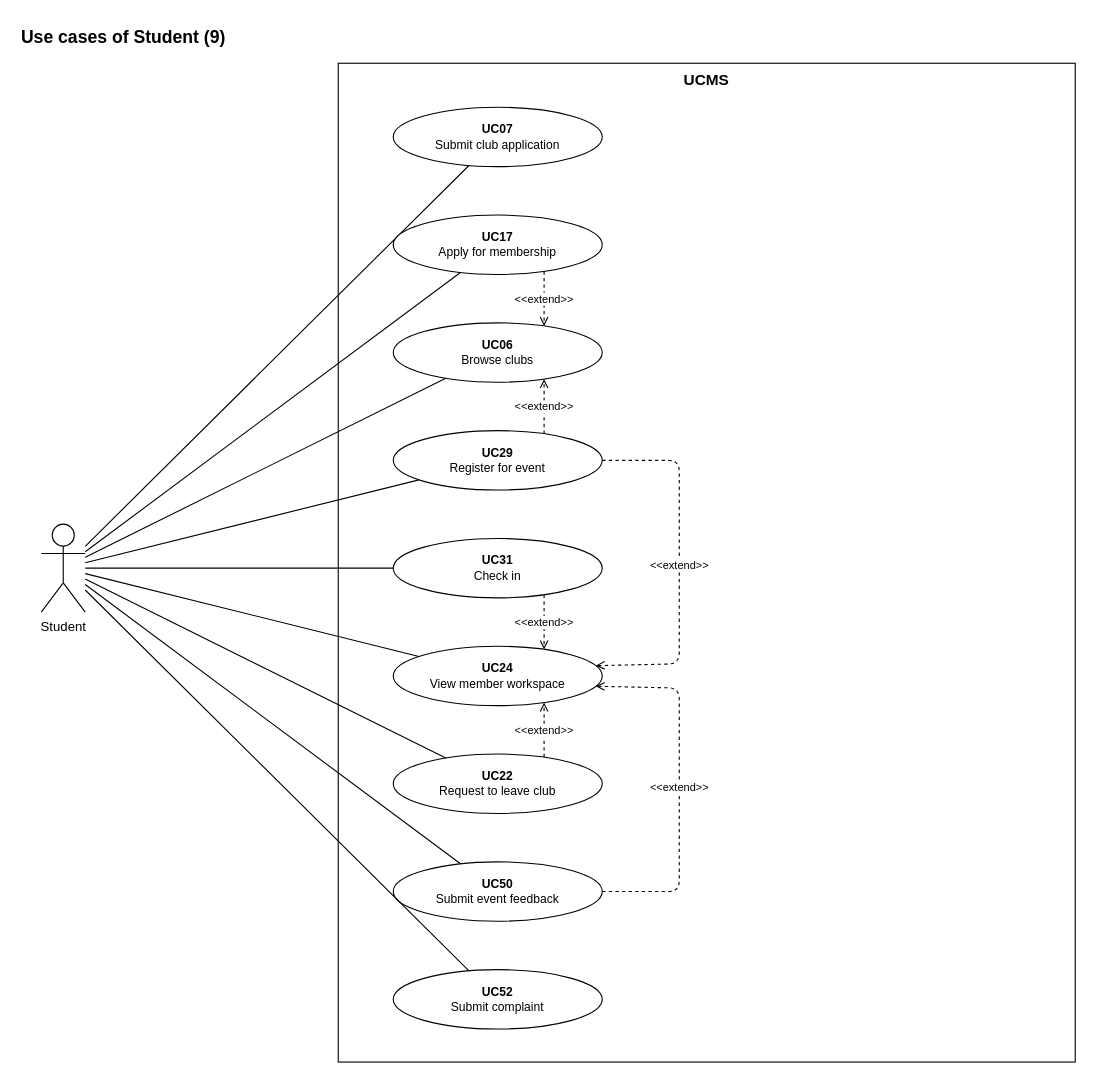
Earlier version of the draw.io diagram page "Student" (2 of 9) of docs/diagrams/UCMS_UseCase_ByActor.drawio (nvdekay/ClubManagementSystem). Source tidied: cells renumbered, new cells numbered last; positions are measured from the earlier drawing's top-left corner, leaving out a move shared by most shapes. Both pictures are drawn from the tidied source at 110%, with x=0, y=0 at pixel (19, 19).
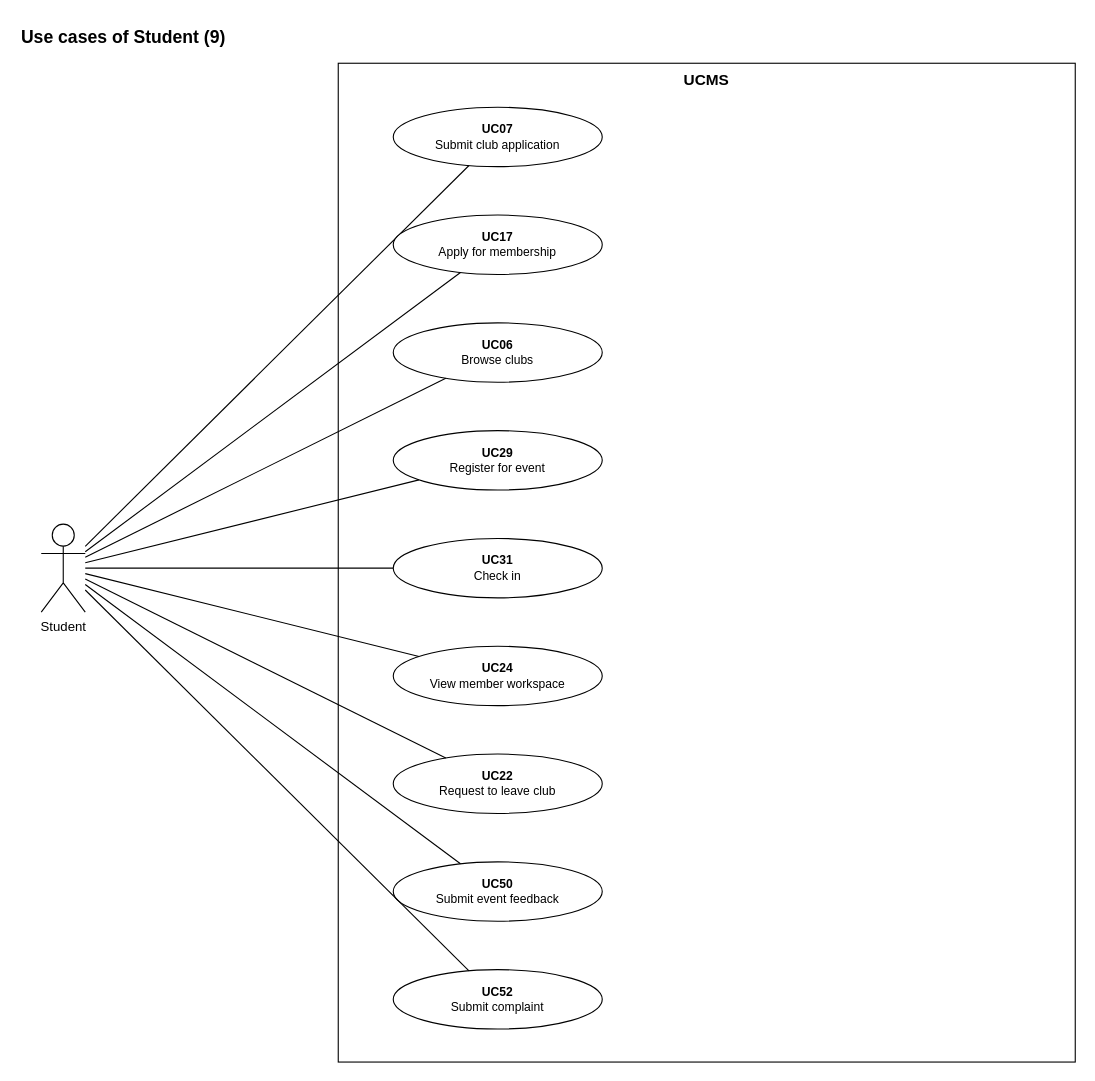
After the change.

Commit message (it also covers changes not shown here):
docs(diagrams): drop «extend» used for UI navigation and system cascades (I27, I28)

Unchanged cells that the change refers to:
```xml
<mxCell id="7" value="&lt;b&gt;UC17&lt;/b&gt;&lt;br&gt;Apply for membership" style="ellipse;whiteSpace=wrap;html=1;fillColor=#ffffff;strokeColor=#000000;fontSize=11;" parent="1" vertex="1">
  <mxGeometry x="340" y="178" width="190" height="54" as="geometry" />
</mxCell>
<mxCell id="9" value="&lt;b&gt;UC06&lt;/b&gt;&lt;br&gt;Browse clubs" style="ellipse;whiteSpace=wrap;html=1;fillColor=#ffffff;strokeColor=#000000;fontSize=11;" parent="1" vertex="1">
  <mxGeometry x="340" y="276" width="190" height="54" as="geometry" />
</mxCell>
<mxCell id="11" value="&lt;b&gt;UC29&lt;/b&gt;&lt;br&gt;Register for event" style="ellipse;whiteSpace=wrap;html=1;fillColor=#ffffff;strokeColor=#000000;fontSize=11;" parent="1" vertex="1">
  <mxGeometry x="340" y="374" width="190" height="54" as="geometry" />
</mxCell>
<mxCell id="13" value="&lt;b&gt;UC31&lt;/b&gt;&lt;br&gt;Check in" style="ellipse;whiteSpace=wrap;html=1;fillColor=#ffffff;strokeColor=#000000;fontSize=11;" parent="1" vertex="1">
  <mxGeometry x="340" y="472" width="190" height="54" as="geometry" />
</mxCell>
<mxCell id="15" value="&lt;b&gt;UC24&lt;/b&gt;&lt;br&gt;View member workspace" style="ellipse;whiteSpace=wrap;html=1;fillColor=#ffffff;strokeColor=#000000;fontSize=11;" parent="1" vertex="1">
  <mxGeometry x="340" y="570" width="190" height="54" as="geometry" />
</mxCell>
<mxCell id="17" value="&lt;b&gt;UC22&lt;/b&gt;&lt;br&gt;Request to leave club" style="ellipse;whiteSpace=wrap;html=1;fillColor=#ffffff;strokeColor=#000000;fontSize=11;" parent="1" vertex="1">
  <mxGeometry x="340" y="668" width="190" height="54" as="geometry" />
</mxCell>
<mxCell id="19" value="&lt;b&gt;UC50&lt;/b&gt;&lt;br&gt;Submit event feedback" style="ellipse;whiteSpace=wrap;html=1;fillColor=#ffffff;strokeColor=#000000;fontSize=11;" parent="1" vertex="1">
  <mxGeometry x="340" y="766" width="190" height="54" as="geometry" />
</mxCell>
```

What changed in the source:
```diff
@@
-    <mxCell id="23" value="&amp;lt;&amp;lt;extend&amp;gt;&amp;gt;" style="endArrow=open;dashed=1;html=1;strokeColor=#000000;fontSize=10;labelBackgroundColor=#ffffff;exitX=0.75;exitY=1;entryX=0.75;entryY=0;" parent="1" edge="1" source="7" target="9">
-      <mxGeometry relative="1" as="geometry" />
-    </mxCell>
-    <mxCell id="24" value="&amp;lt;&amp;lt;extend&amp;gt;&amp;gt;" style="endArrow=open;dashed=1;html=1;strokeColor=#000000;fontSize=10;labelBackgroundColor=#ffffff;exitX=0.75;exitY=0;entryX=0.75;entryY=1;" parent="1" edge="1" source="11" target="9">
-      <mxGeometry relative="1" as="geometry" />
-    </mxCell>
-    <mxCell id="25" value="&amp;lt;&amp;lt;extend&amp;gt;&amp;gt;" style="endArrow=open;dashed=1;html=1;strokeColor=#000000;fontSize=10;labelBackgroundColor=#ffffff;exitX=0.75;exitY=0;entryX=0.75;entryY=1;" parent="1" edge="1" source="17" target="15">
-      <mxGeometry relative="1" as="geometry" />
-    </mxCell>
-    <mxCell id="26" value="&amp;lt;&amp;lt;extend&amp;gt;&amp;gt;" style="endArrow=open;dashed=1;html=1;strokeColor=#000000;fontSize=10;labelBackgroundColor=#ffffff;exitX=1;exitY=0.5;entryX=1;entryY=0.3;" parent="1" edge="1" source="11" target="15">
-      <mxGeometry relative="1" as="geometry">
-        <Array as="points">
-          <mxPoint x="600" y="401" />
-          <mxPoint x="600" y="586" />
-        </Array>
-      </mxGeometry>
-    </mxCell>
-    <mxCell id="27" value="&amp;lt;&amp;lt;extend&amp;gt;&amp;gt;" style="endArrow=open;dashed=1;html=1;strokeColor=#000000;fontSize=10;labelBackgroundColor=#ffffff;exitX=0.75;exitY=1;entryX=0.75;entryY=0;" parent="1" edge="1" source="13" target="15">
-      <mxGeometry relative="1" as="geometry" />
-    </mxCell>
-    <mxCell id="28" value="&amp;lt;&amp;lt;extend&amp;gt;&amp;gt;" style="endArrow=open;dashed=1;html=1;strokeColor=#000000;fontSize=10;labelBackgroundColor=#ffffff;exitX=1;exitY=0.5;entryX=1;entryY=0.7;" parent="1" edge="1" source="19" target="15">
-      <mxGeometry relative="1" as="geometry">
-        <Array as="points">
-          <mxPoint x="600" y="793" />
-          <mxPoint x="600" y="608" />
-        </Array>
-      </mxGeometry>
-    </mxCell>
```
